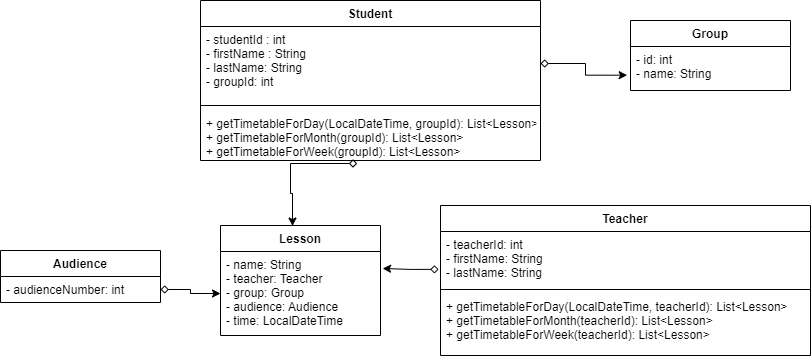
This is university-uml.drawio.png from vl4dikk/university-timetable, a draw.io export, as it was before one commit. Source tidied: cells renumbered, new cells last; positions are measured from the earlier drawing's top-left corner, leaving out a move shared by most shapes.
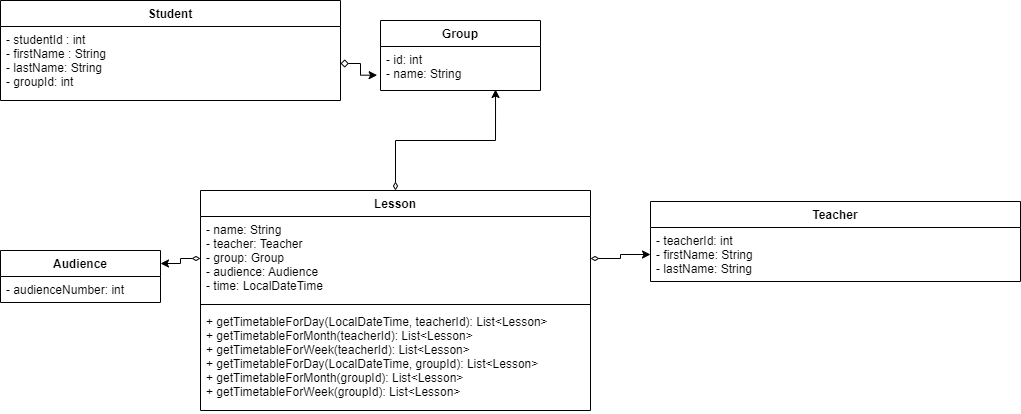
Above is the later version.

Commit message:
fixed connections and methods

What changed in the source:
```diff
@@ -3,69 +3,52 @@
     <mxCell id="0" />
     <mxCell id="1" parent="0" />
     <mxCell id="2" value="Group" style="swimlane;fontStyle=1;align=center;verticalAlign=top;horizontal=1;startSize=26;" parent="1" vertex="1">
-      <mxGeometry x="630" y="20" width="160" height="70" as="geometry" />
+      <mxGeometry x="370" y="20" width="160" height="70" as="geometry" />
     </mxCell>
     <mxCell id="3" value="- id: int  &#10;- name: String " style="text;strokeColor=none;fillColor=none;align=left;verticalAlign=top;spacingLeft=4;spacingRight=4;overflow=hidden;points=[[0,0.5],[1,0.5]];portConstraint=eastwest;" parent="2" vertex="1">
       <mxGeometry y="26" width="160" height="44" as="geometry" />
     </mxCell>
     <mxCell id="4" value="Audience" style="swimlane;fontStyle=1;align=center;verticalAlign=top;horizontal=1;startSize=26;" parent="1" vertex="1">
-      <mxGeometry y="250" width="160" height="52" as="geometry" />
+      <mxGeometry x="-10" y="250" width="160" height="52" as="geometry" />
     </mxCell>
     <mxCell id="5" value="- audienceNumber: int" style="text;strokeColor=none;fillColor=none;align=left;verticalAlign=top;spacingLeft=4;spacingRight=4;overflow=hidden;points=[[0,0.5],[1,0.5]];portConstraint=eastwest;" parent="4" vertex="1">
       <mxGeometry y="26" width="160" height="26" as="geometry" />
     </mxCell>
-    <mxCell id="6" value="Lesson" style="swimlane;fontStyle=1;align=center;verticalAlign=top;horizontal=1;startSize=26;" parent="1" vertex="1">
-      <mxGeometry x="220" y="225" width="160" height="110" as="geometry" />
-    </mxCell>
-    <mxCell id="7" value="- name: String&#10;- teacher: Teacher&#10;- group: Group&#10;- audience: Audience&#10;- time: LocalDateTime" style="text;strokeColor=none;fillColor=none;align=left;verticalAlign=top;spacingLeft=4;spacingRight=4;overflow=hidden;points=[[0,0.5],[1,0.5]];portConstraint=eastwest;" parent="6" vertex="1">
-      <mxGeometry y="26" width="160" height="84" as="geometry" />
-    </mxCell>
-    <mxCell id="8" style="edgeStyle=orthogonalEdgeStyle;rounded=0;jettySize=auto;html=1;entryX=0.45;entryY=0.005;entryDx=0;entryDy=0;entryPerimeter=0;startArrow=diamond;startFill=0;exitX=0.461;exitY=1.06;exitDx=0;exitDy=0;exitPerimeter=0;" parent="1" edge="1" source="14" target="6">
-      <mxGeometry relative="1" as="geometry">
-        <Array as="points">
-          <mxPoint x="290" y="163" />
-          <mxPoint x="290" y="193" />
-          <mxPoint x="292" y="193" />
-        </Array>
-      </mxGeometry>
-    </mxCell>
-    <mxCell id="9" style="edgeStyle=orthogonalEdgeStyle;rounded=0;jettySize=auto;html=1;entryX=1.013;entryY=0.202;entryDx=0;entryDy=0;entryPerimeter=0;startArrow=diamond;startFill=0;exitX=-0.005;exitY=0.701;exitDx=0;exitDy=0;exitPerimeter=0;" parent="1" edge="1" source="17" target="7">
-      <mxGeometry relative="1" as="geometry" />
-    </mxCell>
-    <mxCell id="10" style="edgeStyle=orthogonalEdgeStyle;rounded=0;jettySize=auto;html=1;startArrow=diamond;startFill=0;" parent="1" edge="1" source="5" target="7">
-      <mxGeometry relative="1" as="geometry">
-        <Array as="points">
-          <mxPoint x="190" y="289" />
-          <mxPoint x="190" y="293" />
-        </Array>
-      </mxGeometry>
-    </mxCell>
     <mxCell id="11" value="Student" style="swimlane;fontStyle=1;align=center;verticalAlign=top;horizontal=1;startSize=26;" parent="1" vertex="1">
-      <mxGeometry x="200" width="340" height="160" as="geometry" />
+      <mxGeometry x="-10" width="340" height="100" as="geometry" />
     </mxCell>
     <mxCell id="12" value="- studentId : int&#10;- firstName : String&#10;- lastName: String&#10;- groupId: int" style="text;strokeColor=none;fillColor=none;align=left;verticalAlign=top;spacingLeft=4;spacingRight=4;overflow=hidden;points=[[0,0.5],[1,0.5]];portConstraint=eastwest;" parent="11" vertex="1">
       <mxGeometry y="26" width="340" height="74" as="geometry" />
     </mxCell>
-    <mxCell id="13" style="line;strokeWidth=1;fillColor=none;align=left;verticalAlign=middle;spacingTop=-1;spacingLeft=3;spacingRight=3;labelPosition=right;strokeColor=inherit;" parent="11" vertex="1">
-      <mxGeometry y="100" width="340" height="10" as="geometry" />
-    </mxCell>
-    <mxCell id="14" value="+ getTimetableForDay(LocalDateTime, groupId): List&lt;Lesson&gt;&#10;+ getTimetableForMonth(groupId): List&lt;Lesson&gt;&#10;+ getTimetableForWeek(groupId): List&lt;Lesson&gt;" style="text;strokeColor=none;fillColor=none;align=left;verticalAlign=top;spacingLeft=4;spacingRight=4;overflow=hidden;points=[[0,0.5],[1,0.5]];portConstraint=eastwest;" parent="11" vertex="1">
-      <mxGeometry y="110" width="340" height="50" as="geometry" />
-    </mxCell>
     <mxCell id="15" style="edgeStyle=orthogonalEdgeStyle;rounded=0;jettySize=auto;html=1;entryX=-0.021;entryY=0.652;entryDx=0;entryDy=0;entryPerimeter=0;startArrow=diamond;startFill=0;" parent="1" edge="1" source="12" target="3">
       <mxGeometry relative="1" as="geometry" />
     </mxCell>
     <mxCell id="16" value="Teacher" style="swimlane;fontStyle=1;align=center;verticalAlign=top;horizontal=1;startSize=26;" parent="1" vertex="1">
-      <mxGeometry x="440" y="205" width="370" height="150" as="geometry" />
+      <mxGeometry x="640" y="201" width="370" height="80" as="geometry" />
     </mxCell>
     <mxCell id="17" value="- teacherId: int&#10;- firstName: String&#10;- lastName: String" style="text;strokeColor=none;fillColor=none;align=left;verticalAlign=top;spacingLeft=4;spacingRight=4;overflow=hidden;points=[[0,0.5],[1,0.5]];portConstraint=eastwest;" parent="16" vertex="1">
       <mxGeometry y="26" width="370" height="54" as="geometry" />
     </mxCell>
-    <mxCell id="18" style="line;strokeWidth=1;fillColor=none;align=left;verticalAlign=middle;spacingTop=-1;spacingLeft=3;spacingRight=3;labelPosition=right;strokeColor=inherit;" parent="16" vertex="1">
-      <mxGeometry y="80" width="370" height="8" as="geometry" />
-    </mxCell>
-    <mxCell id="19" value="+ getTimetableForDay(LocalDateTime, teacherId): List&lt;Lesson&gt;&#10;+ getTimetableForMonth(teacherId): List&lt;Lesson&gt;&#10;+ getTimetableForWeek(teacherId): List&lt;Lesson&gt;" style="text;strokeColor=none;fillColor=none;align=left;verticalAlign=top;spacingLeft=4;spacingRight=4;overflow=hidden;" parent="16" vertex="1">
-      <mxGeometry y="88" width="370" height="62" as="geometry" />
-    </mxCell>
+    <mxCell id="20" style="edgeStyle=orthogonalEdgeStyle;rounded=0;jettySize=auto;html=1;entryX=0.719;entryY=0.977;entryDx=0;entryDy=0;entryPerimeter=0;startArrow=diamondThin;startFill=0;" parent="1" edge="1" source="6" target="3">
+      <mxGeometry relative="1" as="geometry" />
+    </mxCell>
+    <mxCell id="6" value="Lesson" style="swimlane;fontStyle=1;align=center;verticalAlign=top;horizontal=1;startSize=26;" parent="1" vertex="1">
+      <mxGeometry x="190" y="190" width="390" height="220" as="geometry" />
+    </mxCell>
+    <mxCell id="7" value="- name: String&#10;- teacher: Teacher&#10;- group: Group&#10;- audience: Audience&#10;- time: LocalDateTime" style="text;strokeColor=none;fillColor=none;align=left;verticalAlign=top;spacingLeft=4;spacingRight=4;overflow=hidden;points=[[0,0.5],[1,0.5]];portConstraint=eastwest;" parent="6" vertex="1">
+      <mxGeometry y="26" width="390" height="84" as="geometry" />
+    </mxCell>
+    <mxCell id="21" style="line;strokeWidth=1;fillColor=none;align=left;verticalAlign=middle;spacingTop=-1;spacingLeft=3;spacingRight=3;labelPosition=right;strokeColor=inherit;" parent="6" vertex="1">
+      <mxGeometry y="110" width="390" height="8" as="geometry" />
+    </mxCell>
+    <mxCell id="22" value="+ getTimetableForDay(LocalDateTime, teacherId): List&lt;Lesson&gt;&#10;+ getTimetableForMonth(teacherId): List&lt;Lesson&gt;&#10;+ getTimetableForWeek(teacherId): List&lt;Lesson&gt;&#10;+ getTimetableForDay(LocalDateTime, groupId): List&lt;Lesson&gt;&#10;+ getTimetableForMonth(groupId): List&lt;Lesson&gt;&#10;+ getTimetableForWeek(groupId): List&lt;Lesson&gt;" style="text;strokeColor=none;fillColor=none;align=left;verticalAlign=top;spacingLeft=4;spacingRight=4;overflow=hidden;" parent="6" vertex="1">
+      <mxGeometry y="118" width="390" height="102" as="geometry" />
+    </mxCell>
+    <mxCell id="23" style="edgeStyle=orthogonalEdgeStyle;rounded=0;jettySize=auto;html=1;entryX=1;entryY=0.25;entryDx=0;entryDy=0;startArrow=diamondThin;startFill=0;" parent="1" edge="1" source="7" target="4">
+      <mxGeometry relative="1" as="geometry" />
+    </mxCell>
+    <mxCell id="24" style="edgeStyle=orthogonalEdgeStyle;rounded=0;jettySize=auto;html=1;entryX=0;entryY=0.5;entryDx=0;entryDy=0;startArrow=diamondThin;startFill=0;" parent="1" edge="1" source="7" target="17">
+      <mxGeometry relative="1" as="geometry" />
+    </mxCell>
   </root>
 </mxGraphModel>
```
